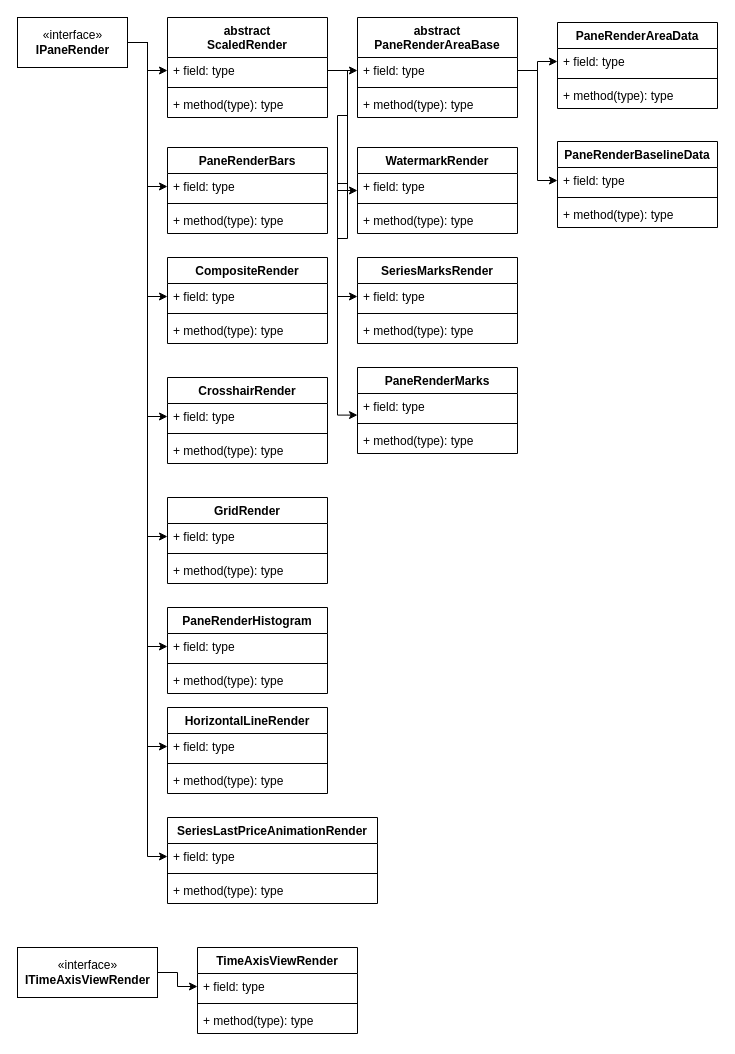
The draw.io diagram page "render" (2 of 2) of src/chart-api_relationship.drawio in chenhh/lightweight-charts, before the edit. Source tidied: cells renumbered, new cells numbered last; positions are measured from the earlier drawing's top-left corner, leaving out a move shared by most shapes. Both pictures are drawn from the tidied source at 100%, with x=0, y=0 at pixel (17, 17).
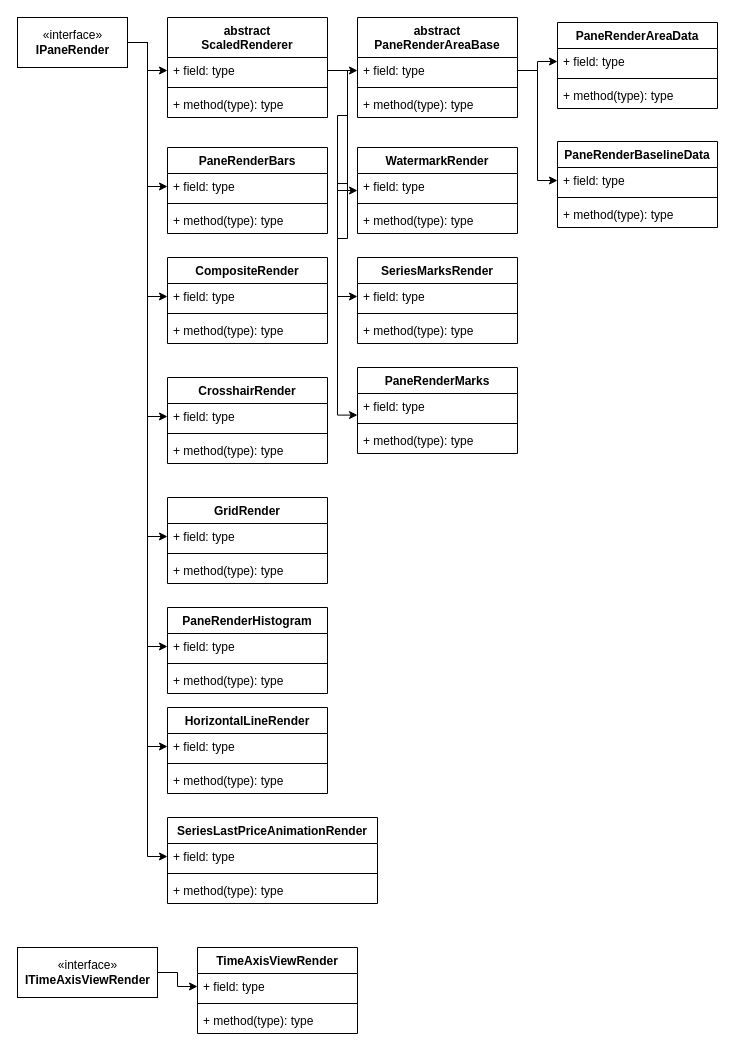
After the change.

Commit message (it also covers changes not shown here):
add chart-api comments

What changed in the source:
```diff
@@
-    <mxCell id="11" value="abstract &#10;ScaledRender" style="swimlane;fontStyle=1;align=center;verticalAlign=top;horizontal=1;startSize=40;" parent="1" vertex="1">
+    <mxCell id="11" value="abstract &#10;ScaledRenderer" style="swimlane;fontStyle=1;align=center;verticalAlign=top;horizontal=1;startSize=40;" parent="1" vertex="1">
       <mxGeometry x="150" width="160" height="100" as="geometry" />
     </mxCell>
```
